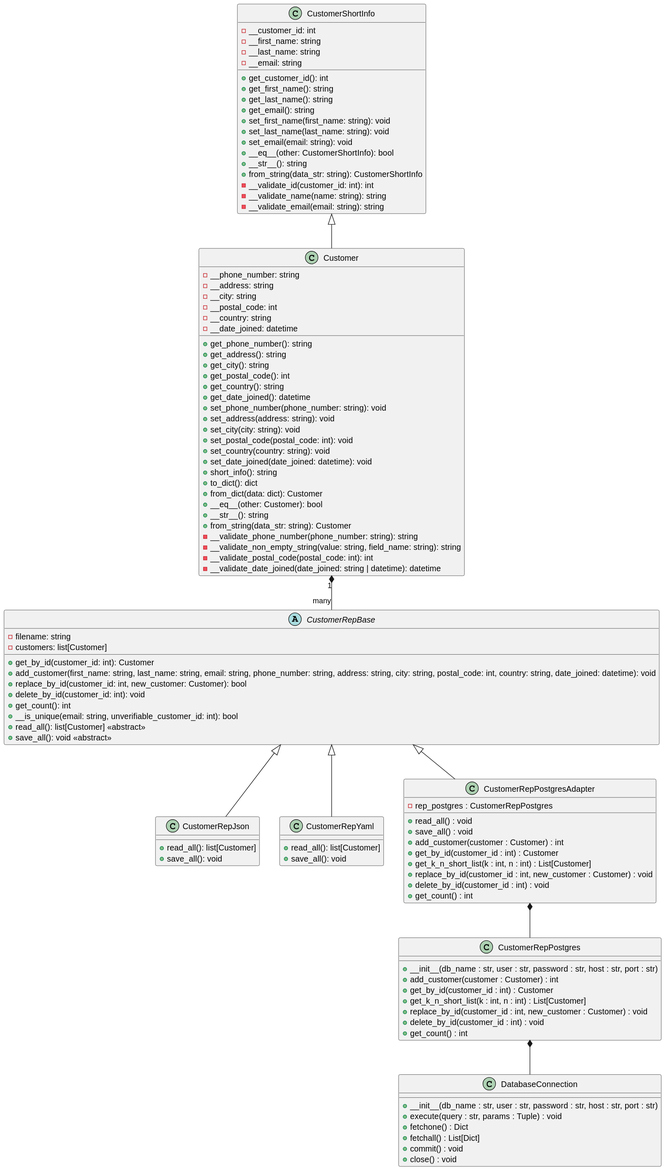
This is class_diagram.svg from MrOganes/information-systems-design, a PlantUML export, as it was before one commit.
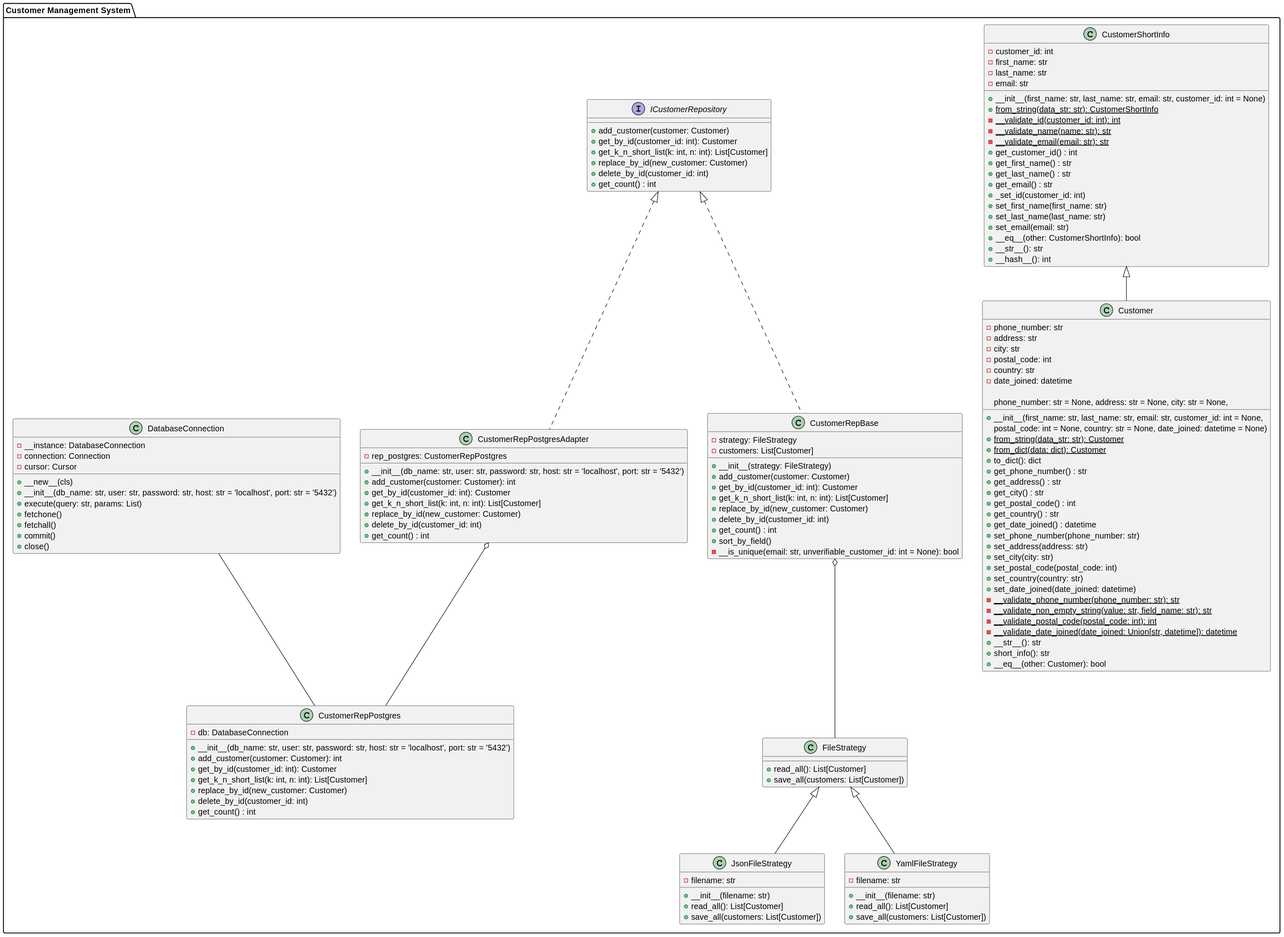
Above is the later version.

Commit message:
Lab 2: feat: Changed the inheritance hierarchy and added a class for working with files.

Change to the diagram source:
```diff
@@ -1,116 +1,155 @@
 @startuml
-class CustomerShortInfo {
-  - __customer_id: int
-  - __first_name: string
-  - __last_name: string
-  - __email: string
-  + get_customer_id(): int
-  + get_first_name(): string
-  + get_last_name(): string
-  + get_email(): string
-  + set_first_name(first_name: string): void
-  + set_last_name(last_name: string): void
-  + set_email(email: string): void
-  + __eq__(other: CustomerShortInfo): bool
-  + __str__(): string
-  + from_string(data_str: string): CustomerShortInfo
-  - __validate_id(customer_id: int): int
-  - __validate_name(name: string): string
-  - __validate_email(email: string): string
+package "Customer Management System" {
+
+    class CustomerShortInfo {
+        - customer_id: int
+        - first_name: str
+        - last_name: str
+        - email: str
+
+        + __init__(first_name: str, last_name: str, email: str, customer_id: int = None)
+        {static} + from_string(data_str: str): CustomerShortInfo
+        {static} - __validate_id(customer_id: int): int
+        {static} - __validate_name(name: str): str
+        {static} - __validate_email(email: str): str
+        + get_customer_id() : int
+        + get_first_name() : str
+        + get_last_name() : str
+        + get_email() : str
+        + _set_id(customer_id: int)
+        + set_first_name(first_name: str)
+        + set_last_name(last_name: str)
+        + set_email(email: str)
+        + __eq__(other: CustomerShortInfo): bool
+        + __str__(): str
+        + __hash__(): int
+    }
+
+    class Customer {
+        - phone_number: str
+        - address: str
+        - city: str
+        - postal_code: int
+        - country: str
+        - date_joined: datetime
+
+        + __init__(first_name: str, last_name: str, email: str, customer_id: int = None,
+                   phone_number: str = None, address: str = None, city: str = None,
+                   postal_code: int = None, country: str = None, date_joined: datetime = None)
+        {static} + from_string(data_str: str): Customer
+        {static} + from_dict(data: dict): Customer
+        + to_dict(): dict
+        + get_phone_number() : str
+        + get_address() : str
+        + get_city() : str
+        + get_postal_code() : int
+        + get_country() : str
+        + get_date_joined() : datetime
+        + set_phone_number(phone_number: str)
+        + set_address(address: str)
+        + set_city(city: str)
+        + set_postal_code(postal_code: int)
+        + set_country(country: str)
+        + set_date_joined(date_joined: datetime)
+        {static} - __validate_phone_number(phone_number: str): str
+        {static} - __validate_non_empty_string(value: str, field_name: str): str
+        {static} - __validate_postal_code(postal_code: int): int
+        {static} - __validate_date_joined(date_joined: Union[str, datetime]): datetime
+        + __str__(): str
+        + short_info(): str
+        + __eq__(other: Customer): bool
+    }
+
+    interface ICustomerRepository {
+        + add_customer(customer: Customer)
+        + get_by_id(customer_id: int): Customer
+        + get_k_n_short_list(k: int, n: int): List[Customer]
+        + replace_by_id(new_customer: Customer)
+        + delete_by_id(customer_id: int)
+        + get_count() : int
+    }
+
+    class CustomerRepBase {
+        - strategy: FileStrategy
+        - customers: List[Customer]
+
+        + __init__(strategy: FileStrategy)
+        + add_customer(customer: Customer)
+        + get_by_id(customer_id: int): Customer
+        + get_k_n_short_list(k: int, n: int): List[Customer]
+        + replace_by_id(new_customer: Customer)
+        + delete_by_id(customer_id: int)
+        + get_count() : int
+        + sort_by_field()
+        - __is_unique(email: str, unverifiable_customer_id: int = None): bool
+    }
+
+    class FileStrategy {
+        + read_all(): List[Customer]
+        + save_all(customers: List[Customer])
+    }
+
+    class JsonFileStrategy {
+        - filename: str
+
+        + __init__(filename: str)
+        + read_all(): List[Customer]
+        + save_all(customers: List[Customer])
+    }
+
+    class YamlFileStrategy {
+        - filename: str
+
+        + __init__(filename: str)
+        + read_all(): List[Customer]
+        + save_all(customers: List[Customer])
+    }
+
+    class DatabaseConnection {
+        - __instance: DatabaseConnection
+        - connection: Connection
+        - cursor: Cursor
+
+        + __new__(cls)
+        + __init__(db_name: str, user: str, password: str, host: str = 'localhost', port: str = '5432')
+        + execute(query: str, params: List)
+        + fetchone()
+        + fetchall()
+        + commit()
+        + close()
+    }
+
+    class CustomerRepPostgres {
+        - db: DatabaseConnection
+
+        + __init__(db_name: str, user: str, password: str, host: str = 'localhost', port: str = '5432')
+        + add_customer(customer: Customer): int
+        + get_by_id(customer_id: int): Customer
+        + get_k_n_short_list(k: int, n: int): List[Customer]
+        + replace_by_id(new_customer: Customer)
+        + delete_by_id(customer_id: int)
+        + get_count() : int
+    }
+
+    class CustomerRepPostgresAdapter {
+        - rep_postgres: CustomerRepPostgres
+
+        + __init__(db_name: str, user: str, password: str, host: str = 'localhost', port: str = '5432')
+        + add_customer(customer: Customer): int
+        + get_by_id(customer_id: int): Customer
+        + get_k_n_short_list(k: int, n: int): List[Customer]
+        + replace_by_id(new_customer: Customer)
+        + delete_by_id(customer_id: int)
+        + get_count() : int
+    }
+
+    CustomerShortInfo <|-- Customer
+    ICustomerRepository <|.. CustomerRepBase
+    ICustomerRepository <|.. CustomerRepPostgresAdapter
+    CustomerRepBase o-- FileStrategy
+    FileStrategy <|-- JsonFileStrategy
+    FileStrategy <|-- YamlFileStrategy
+    CustomerRepPostgresAdapter o-- CustomerRepPostgres
+    DatabaseConnection -- CustomerRepPostgres
 }
-
-class Customer {
-  - __phone_number: string
-  - __address: string
-  - __city: string
-  - __postal_code: int
-  - __country: string
-  - __date_joined: datetime
-  + get_phone_number(): string
-  + get_address(): string
-  + get_city(): string
-  + get_postal_code(): int
-  + get_country(): string
-  + get_date_joined(): datetime
-  + set_phone_number(phone_number: string): void
-  + set_address(address: string): void
-  + set_city(city: string): void
-  + set_postal_code(postal_code: int): void
-  + set_country(country: string): void
-  + set_date_joined(date_joined: datetime): void
-  + short_info(): string
-+ to_dict(): dict
-+ from_dict(data: dict): Customer
-  + __eq__(other: Customer): bool
-  + __str__(): string
-  + from_string(data_str: string): Customer
-  - __validate_phone_number(phone_number: string): string
-  - __validate_non_empty_string(value: string, field_name: string): string
-  - __validate_postal_code(postal_code: int): int
-  - __validate_date_joined(date_joined: string | datetime): datetime
-}
-
-CustomerShortInfo <|-- Customer
-
-abstract class CustomerRepBase {
-  - filename: string
-  - customers: list[Customer]
-  + get_by_id(customer_id: int): Customer
-  + add_customer(first_name: string, last_name: string, email: string, phone_number: string, address: string, city: string, postal_code: int, country: string, date_joined: datetime): void
-  + replace_by_id(customer_id: int, new_customer: Customer): bool
-  + delete_by_id(customer_id: int): void
-  + get_count(): int
-  + __is_unique(email: string, unverifiable_customer_id: int): bool
-  + read_all(): list[Customer] <<abstract>>
-  + save_all(): void <<abstract>>
-}
-
-class CustomerRepJson {
-  + read_all(): list[Customer]
-  + save_all(): void
-}
-
-class CustomerRepYaml {
-  + read_all(): list[Customer]
-  + save_all(): void
-}
-
-class CustomerRepPostgres {
-    + __init__(db_name : str, user : str, password : str, host : str, port : str)
-    + add_customer(customer : Customer) : int
-    + get_by_id(customer_id : int) : Customer
-    + get_k_n_short_list(k : int, n : int) : List[Customer]
-    + replace_by_id(customer_id : int, new_customer : Customer) : void
-    + delete_by_id(customer_id : int) : void
-    + get_count() : int
-}
-
-class CustomerRepPostgresAdapter {
-    - rep_postgres : CustomerRepPostgres
-    + read_all() : void
-    + save_all() : void
-    + add_customer(customer : Customer) : int
-    + get_by_id(customer_id : int) : Customer
-    + get_k_n_short_list(k : int, n : int) : List[Customer]
-    + replace_by_id(customer_id : int, new_customer : Customer) : void
-    + delete_by_id(customer_id : int) : void
-    + get_count() : int
-}
-
-
-class DatabaseConnection {
-    + __init__(db_name : str, user : str, password : str, host : str, port : str)
-    + execute(query : str, params : Tuple) : void
-    + fetchone() : Dict
-    + fetchall() : List[Dict]
-    + commit() : void
-    + close() : void
-}
-
-CustomerRepBase <|-- CustomerRepJson
-CustomerRepBase <|-- CustomerRepYaml
-Customer "1" *-- "many" CustomerRepBase
-CustomerRepBase <|-- CustomerRepPostgresAdapter
-CustomerRepPostgresAdapter *-- CustomerRepPostgres
-CustomerRepPostgres *-- DatabaseConnection
 @enduml
```
